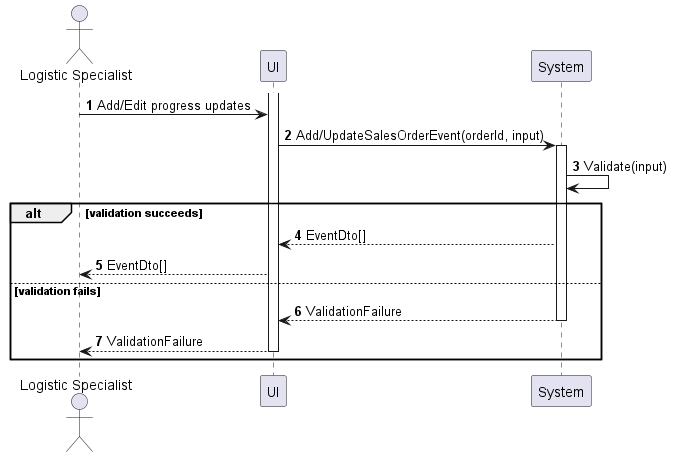
Above: sequences/sales-order-update-progress.png in phihungha/scmss-reqs (PlantUML), before the change.
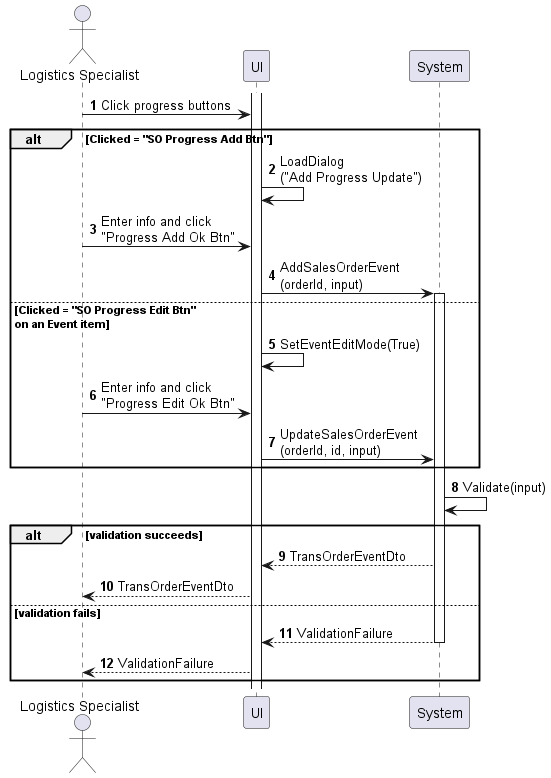
Above is the later version.

Change to the diagram source:
```diff
@@ -1,22 +1,32 @@
 @startuml sales-order-update-progress
 autonumber
 
-actor "Logistic Specialist" as a
+actor "Logistics Specialist" as a
 participant UI as f
 participant System as b
 
 activate f
-a -> f : Add/Edit progress updates
-f -> b : Add/UpdateSalesOrderEvent(orderId, input)
+a -> f : Click progress buttons
+
+alt Clicked = "SO Progress Add Btn"
+    f -> f : LoadDialog\n("Add Progress Update")
+    a -> f : Enter info and click\n"Progress Add Ok Btn"
+    f -> b : AddSalesOrderEvent\n(orderId, input)
+    activate b
+else Clicked = "SO Progress Edit Btn"\non an Event item
+    f -> f : SetEventEditMode(True)
+    a -> f : Enter info and click\n"Progress Edit Ok Btn"
+    f -> b : UpdateSalesOrderEvent\n(orderId, id, input)
+end
+
 activate b
 b -> b : Validate(input)
 
 alt validation succeeds
-    b --> f : EventDto[]
-    f --> a : EventDto[]
+    b --> f : TransOrderEventDto
+    f --> a : TransOrderEventDto
 else validation fails
     return ValidationFailure
     f --> a : ValidationFailure
-    deactivate f
 end
 @enduml
```
